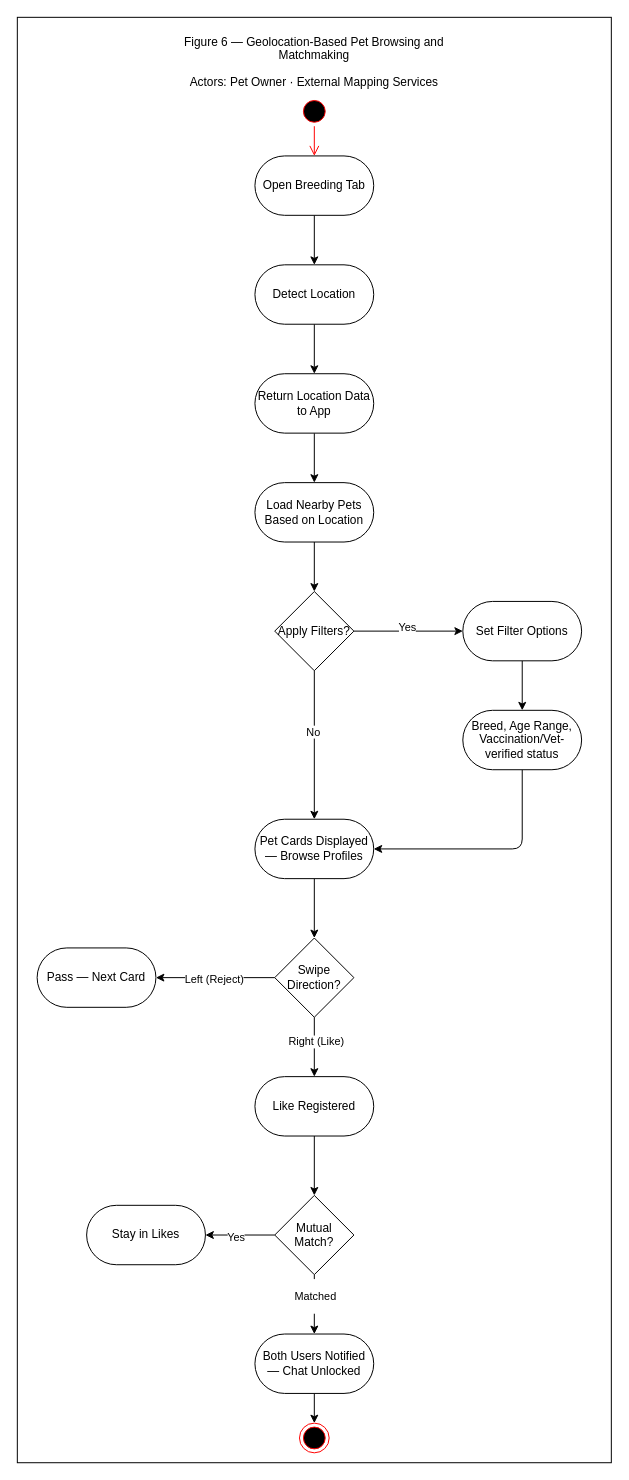
Before: ActivityDiagram_Figure6_USALLA.drawio in Chels013/Breedr-Diagrams, a draw.io diagram. Source tidied: cells renumbered, new cells numbered last; positions are measured from the earlier drawing's top-left corner, leaving out a move shared by most shapes. Both pictures are drawn from the tidied source at 99%, with x=0, y=0 at pixel (17, 17).
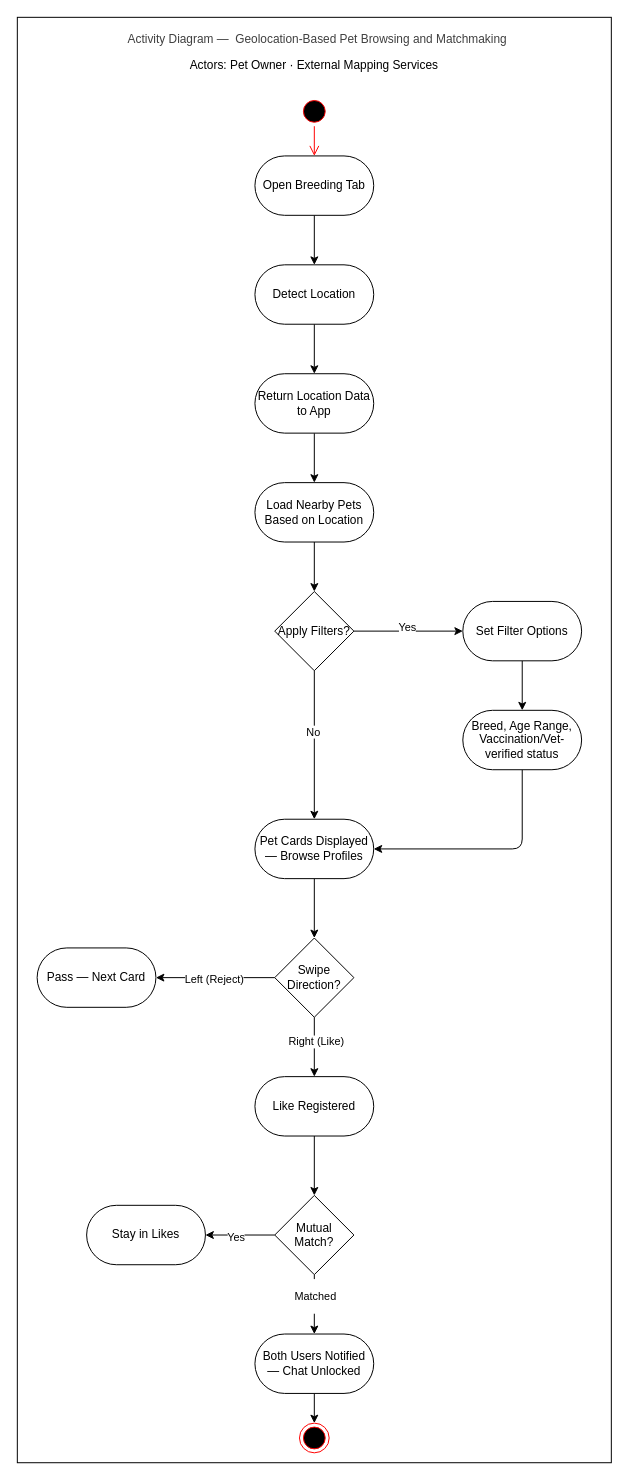
The same diagram, later.

Commit message (it also covers changes not shown here):
Renaming Activity Diagrams

Change to the diagram source:
```diff
@@
-    <mxCell id="3" value="&lt;p&gt;Figure 6 — Geolocation-Based Pet Browsing and Matchmaking&lt;/p&gt;&lt;p&gt;Actors: Pet Owner · External Mapping Services&lt;/p&gt;" style="text;html=1;align=center;verticalAlign=middle;whiteSpace=wrap;rounded=0;" parent="1" vertex="1">
-      <mxGeometry x="150" y="20" width="300" height="50" as="geometry" />
+    <mxCell id="3" value="&lt;p&gt;&amp;nbsp;&lt;span style=&quot;background-color: transparent; scrollbar-color: rgb(226, 226, 226) rgb(251, 251, 251); color: rgb(63, 63, 63);&quot;&gt;&amp;nbsp;Activity Diagram —&lt;/span&gt;&lt;span style=&quot;background-color: transparent; scrollbar-color: rgb(226, 226, 226) rgb(251, 251, 251); color: rgb(63, 63, 63);&quot;&gt;&amp;nbsp;&lt;/span&gt;&lt;span style=&quot;color: rgb(63, 63, 63); background-color: transparent;&quot;&gt;&amp;nbsp;Geolocation-Based Pet Browsing and Matchmaking&lt;/span&gt;&lt;/p&gt;&lt;p&gt;Actors: Pet Owner · External Mapping Services&lt;/p&gt;" style="text;html=1;align=center;verticalAlign=middle;whiteSpace=wrap;rounded=0;" parent="1" vertex="1">
+      <mxGeometry x="80" y="10" width="440" height="50" as="geometry" />
     </mxCell>
```
